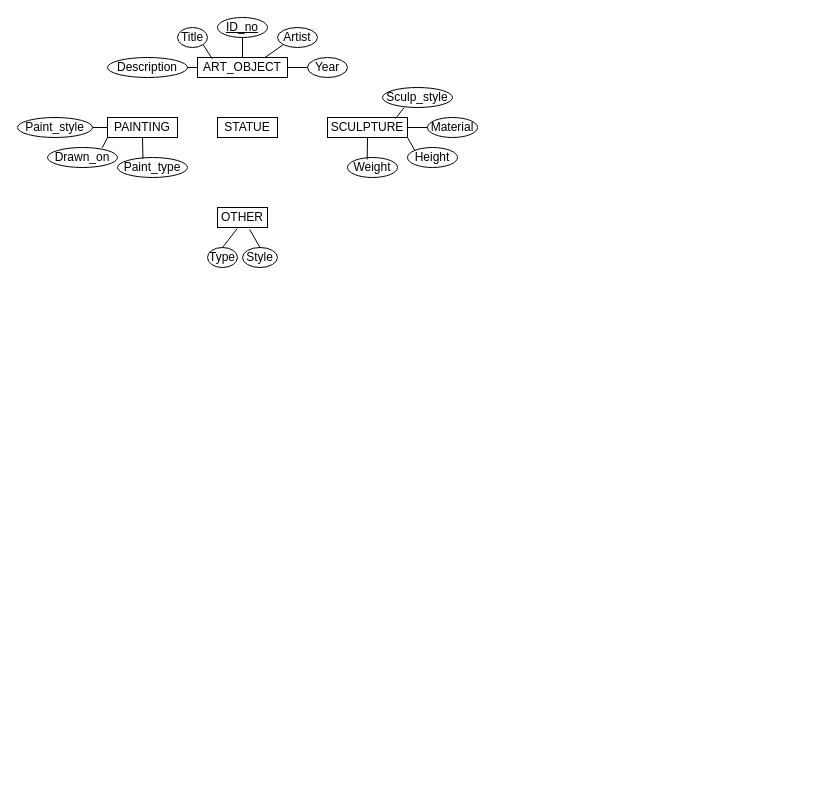
Maan-Khedr-ENSF-300/museum-project-chantae-katherine keeps this draw.io diagram as .github/Untitled Diagram.drawio. Above is the earlier version. Source tidied: cells renumbered, new cells numbered last; positions are measured from the earlier drawing's top-left corner, leaving out a move shared by most shapes. Both pictures are drawn from the tidied source at 100%, with x=0, y=0 at pixel (17, 17).
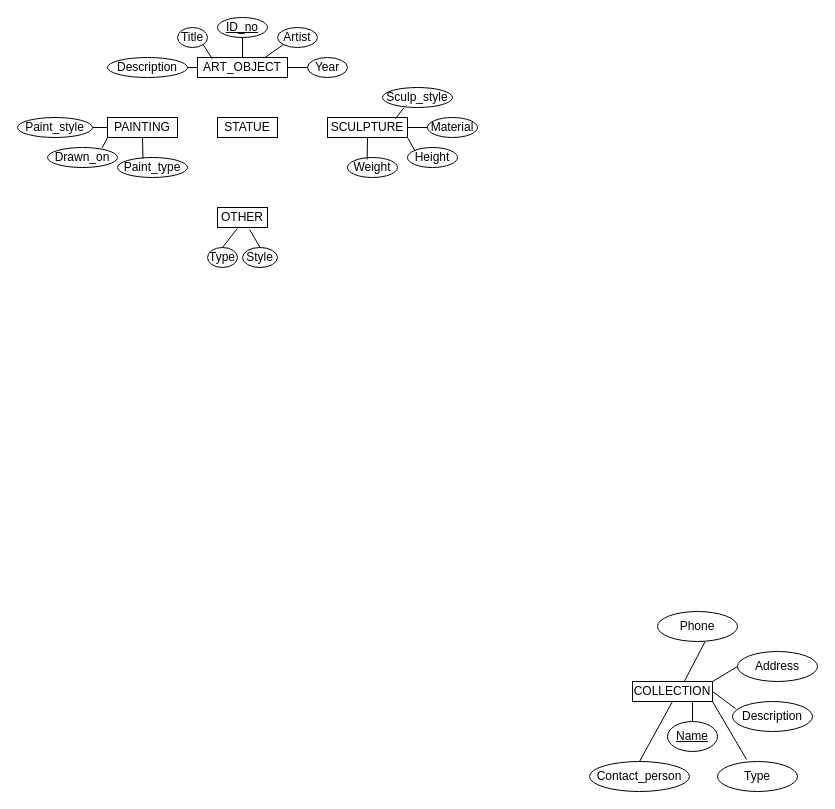
The same page after the edit.

Commit message:
Add COLLECTION entity

What changed in the source:
```diff
@@
+    <mxCell id="35" value="COLLECTION" style="rounded=0;whiteSpace=wrap;html=1;" parent="1" vertex="1">
+      <mxGeometry x="615" y="664" width="80" height="20" as="geometry" />
+    </mxCell>
+    <mxCell id="36" value="Contact_person" style="ellipse;whiteSpace=wrap;html=1;align=center;" parent="1" vertex="1">
+      <mxGeometry x="572" y="744" width="100" height="30" as="geometry" />
+    </mxCell>
+    <mxCell id="37" value="Phone" style="ellipse;whiteSpace=wrap;html=1;align=center;" parent="1" vertex="1">
+      <mxGeometry x="640" y="594" width="80" height="30" as="geometry" />
+    </mxCell>
+    <mxCell id="38" value="Address" style="ellipse;whiteSpace=wrap;html=1;align=center;" parent="1" vertex="1">
+      <mxGeometry x="720" y="634" width="80" height="30" as="geometry" />
+    </mxCell>
+    <mxCell id="39" value="Description" style="ellipse;whiteSpace=wrap;html=1;align=center;" parent="1" vertex="1">
+      <mxGeometry x="715" y="684" width="80" height="30" as="geometry" />
+    </mxCell>
+    <mxCell id="40" value="Type" style="ellipse;whiteSpace=wrap;html=1;align=center;" parent="1" vertex="1">
+      <mxGeometry x="700" y="744" width="80" height="30" as="geometry" />
+    </mxCell>
+    <mxCell id="41" value="&lt;u&gt;Name&lt;/u&gt;" style="ellipse;whiteSpace=wrap;html=1;align=center;" parent="1" vertex="1">
+      <mxGeometry x="650" y="704" width="50" height="30" as="geometry" />
+    </mxCell>
+    <mxCell id="42" style="endArrow=none;html=1;rounded=0;exitX=0.5;exitY=0;exitDx=0;exitDy=0;entryX=0.5;entryY=1;entryDx=0;entryDy=0;" parent="1" edge="1" source="36" target="35">
+      <mxGeometry relative="1" as="geometry" />
+    </mxCell>
+    <mxCell id="43" style="endArrow=none;html=1;rounded=0;entryX=0.5;entryY=0;entryDx=0;entryDy=0;exitX=0.75;exitY=1;exitDx=0;exitDy=0;" parent="1" edge="1" source="35" target="41">
+      <mxGeometry relative="1" as="geometry" />
+    </mxCell>
+    <mxCell id="44" style="endArrow=none;html=1;rounded=0;exitX=0.363;exitY=-0.067;exitDx=0;exitDy=0;exitPerimeter=0;entryX=1;entryY=1;entryDx=0;entryDy=0;" parent="1" edge="1" source="40" target="35">
+      <mxGeometry relative="1" as="geometry" />
+    </mxCell>
+    <mxCell id="45" style="endArrow=none;html=1;rounded=0;exitX=0.644;exitY=0.025;exitDx=0;exitDy=0;exitPerimeter=0;entryX=0.592;entryY=1.017;entryDx=0;entryDy=0;entryPerimeter=0;" parent="1" edge="1" source="35" target="37">
+      <mxGeometry relative="1" as="geometry" />
+    </mxCell>
+    <mxCell id="46" style="endArrow=none;html=1;rounded=0;exitX=1;exitY=0;exitDx=0;exitDy=0;entryX=0;entryY=0.5;entryDx=0;entryDy=0;" parent="1" edge="1" source="35" target="38">
+      <mxGeometry relative="1" as="geometry" />
+    </mxCell>
+    <mxCell id="47" style="endArrow=none;html=1;rounded=0;exitX=1;exitY=0.5;exitDx=0;exitDy=0;entryX=0.04;entryY=0.239;entryDx=0;entryDy=0;entryPerimeter=0;" parent="1" edge="1" source="35" target="39">
+      <mxGeometry relative="1" as="geometry" />
+    </mxCell>
```
